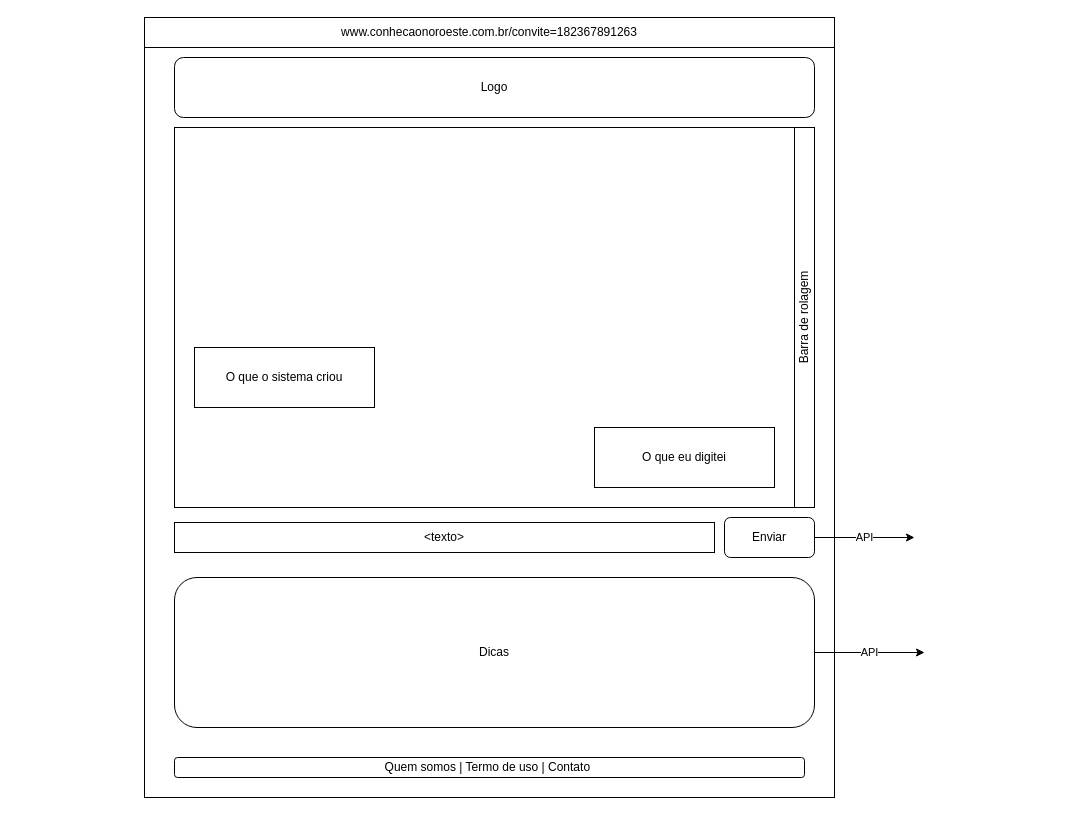
Above: page "Chat - Look&Feel" (8 of 11) of doc/MER.drawio in leucir/iara-web (draw.io), before the change. Source tidied: cells renumbered, new cells numbered last; positions are measured from the earlier drawing's top-left corner, leaving out a move shared by most shapes. Both pictures are drawn from the tidied source at 100%, with x=0, y=0 at pixel (144, 17).
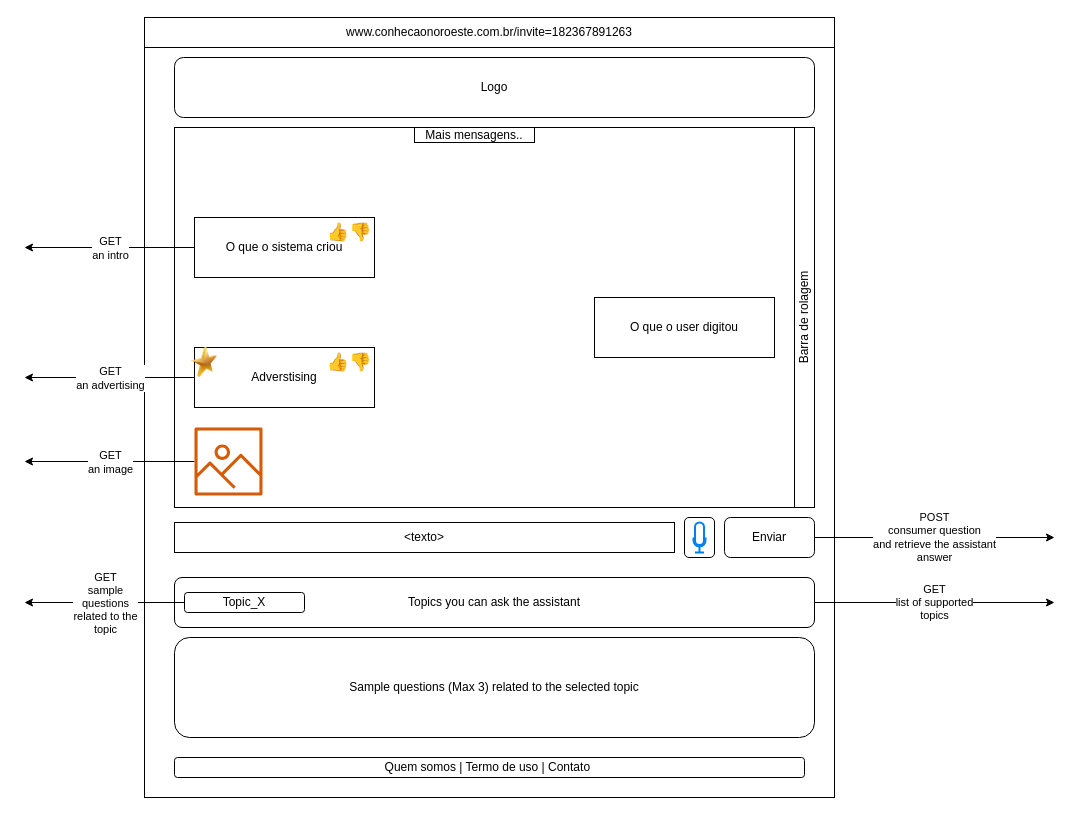
The same diagram, later.

The change refers to these unchanged cells:
```xml
<mxCell id="6" value="Enviar" style="rounded=1;whiteSpace=wrap;html=1;" parent="1" vertex="1">
  <mxGeometry x="580" y="500" width="90" height="40" as="geometry" />
</mxCell>
```

What changed in the source:
```diff
@@
-    <mxCell id="3" value="www.conhecaonoroeste.com.br/convite=182367891263" style="rounded=0;whiteSpace=wrap;html=1;" parent="1" vertex="1">
+    <mxCell id="3" value="www.conhecaonoroeste.com.br/invite=182367891263" style="rounded=0;whiteSpace=wrap;html=1;" parent="1" vertex="1">
       <mxGeometry width="690" height="30" as="geometry" />
     </mxCell>
@@
-    <mxCell id="5" value="API" style="edgeStyle=orthogonalEdgeStyle;rounded=0;jettySize=auto;html=1;" parent="1" edge="1" source="6">
+    <mxCell id="5" value="POST&lt;br&gt;consumer question&lt;br&gt;and retrieve the assistant&lt;br&gt;answer" style="edgeStyle=orthogonalEdgeStyle;rounded=0;jettySize=auto;html=1;" parent="1" edge="1" source="6">
       <mxGeometry relative="1" as="geometry">
-        <mxPoint x="770" y="520" as="targetPoint" />
+        <mxPoint x="910" y="520" as="targetPoint" />
+        <Array as="points">
+          <mxPoint x="800" y="520" />
+          <mxPoint x="800" y="520" />
+        </Array>
       </mxGeometry>
     </mxCell>
@@
     <mxCell id="7" value="&amp;lt;texto&amp;gt;" style="rounded=0;whiteSpace=wrap;html=1;" parent="1" vertex="1">
-      <mxGeometry x="30" y="505" width="540" height="30" as="geometry" />
+      <mxGeometry x="30" y="505" width="500" height="30" as="geometry" />
     </mxCell>
-    <mxCell id="8" value="O que eu digitei" style="rounded=0;whiteSpace=wrap;html=1;" parent="1" vertex="1">
-      <mxGeometry x="450" y="410" width="180" height="60" as="geometry" />
+    <mxCell id="8" value="O que o user digitou" style="rounded=0;whiteSpace=wrap;html=1;" parent="1" vertex="1">
+      <mxGeometry x="450" y="280" width="180" height="60" as="geometry" />
     </mxCell>
+    <mxCell id="15" value="GET&lt;br&gt;an intro" style="edgeStyle=orthogonalEdgeStyle;rounded=0;jettySize=auto;html=1;" parent="1" edge="1" source="9">
+      <mxGeometry relative="1" as="geometry">
+        <mxPoint x="-120" y="230" as="targetPoint" />
+      </mxGeometry>
+    </mxCell>
     <mxCell id="9" value="O que o sistema criou" style="rounded=0;whiteSpace=wrap;html=1;" parent="1" vertex="1">
-      <mxGeometry x="50" y="330" width="180" height="60" as="geometry" />
+      <mxGeometry x="50" y="200" width="180" height="60" as="geometry" />
     </mxCell>
@@
-    <mxCell id="12" value="API" style="edgeStyle=orthogonalEdgeStyle;rounded=0;jettySize=auto;html=1;" parent="1" edge="1" source="13">
+    <mxCell id="12" value="GET&lt;br&gt;list of supported&lt;br&gt;topics" style="edgeStyle=orthogonalEdgeStyle;rounded=0;jettySize=auto;html=1;" parent="1" edge="1" source="13">
       <mxGeometry relative="1" as="geometry">
-        <mxPoint x="780" y="635" as="targetPoint" />
+        <mxPoint x="910" y="585" as="targetPoint" />
       </mxGeometry>
     </mxCell>
-    <mxCell id="13" value="Dicas" style="rounded=1;whiteSpace=wrap;html=1;" parent="1" vertex="1">
-      <mxGeometry x="30" y="560" width="640" height="150" as="geometry" />
+    <mxCell id="13" value="Topics you can ask the assistant" style="rounded=1;whiteSpace=wrap;html=1;" parent="1" vertex="1">
+      <mxGeometry x="30" y="560" width="640" height="50" as="geometry" />
     </mxCell>
@@
+    <mxCell id="16" value="GET&lt;br&gt;an advertising" style="edgeStyle=orthogonalEdgeStyle;rounded=0;jettySize=auto;html=1;" parent="1" edge="1" source="17">
+      <mxGeometry relative="1" as="geometry">
+        <mxPoint x="-120" y="360" as="targetPoint" />
+      </mxGeometry>
+    </mxCell>
+    <mxCell id="17" value="Adverstising" style="rounded=0;whiteSpace=wrap;html=1;" parent="1" vertex="1">
+      <mxGeometry x="50" y="330" width="180" height="60" as="geometry" />
+    </mxCell>
+    <mxCell id="18" style="image;html=1;image=img/lib/clip_art/general/Star_128x128.png;" parent="1" vertex="1">
+      <mxGeometry x="40" y="330" width="40" height="30" as="geometry" />
+    </mxCell>
+    <mxCell id="19" value="&lt;font style=&quot;font-size: 18px;&quot;&gt;👍👎&lt;/font&gt;" style="text;html=1;strokeColor=none;fillColor=none;align=center;verticalAlign=middle;whiteSpace=wrap;rounded=0;" parent="1" vertex="1">
+      <mxGeometry x="180" y="200" width="50" height="30" as="geometry" />
+    </mxCell>
+    <mxCell id="20" value="&lt;font style=&quot;font-size: 18px;&quot;&gt;👍👎&lt;/font&gt;" style="text;html=1;strokeColor=none;fillColor=none;align=center;verticalAlign=middle;whiteSpace=wrap;rounded=0;" parent="1" vertex="1">
+      <mxGeometry x="180" y="330" width="50" height="30" as="geometry" />
+    </mxCell>
+    <mxCell id="21" value="GET&lt;br&gt;sample&lt;br&gt;questions&lt;br&gt;related to the&lt;br&gt;topic" style="edgeStyle=orthogonalEdgeStyle;rounded=0;jettySize=auto;html=1;" parent="1" edge="1" source="22">
+      <mxGeometry relative="1" as="geometry">
+        <mxPoint x="-120" y="585" as="targetPoint" />
+      </mxGeometry>
+    </mxCell>
+    <mxCell id="22" value="Topic_X" style="rounded=1;whiteSpace=wrap;html=1;" parent="1" vertex="1">
+      <mxGeometry x="40" y="575" width="120" height="20" as="geometry" />
+    </mxCell>
+    <mxCell id="23" value="Sample questions (Max 3) related to the selected topic" style="rounded=1;whiteSpace=wrap;html=1;" parent="1" vertex="1">
+      <mxGeometry x="30" y="620" width="640" height="100" as="geometry" />
+    </mxCell>
+    <mxCell id="24" value="GET&lt;br&gt;an image" style="edgeStyle=orthogonalEdgeStyle;rounded=0;jettySize=auto;html=1;" parent="1" edge="1" source="25">
+      <mxGeometry relative="1" as="geometry">
+        <mxPoint x="-120" y="444" as="targetPoint" />
+      </mxGeometry>
+    </mxCell>
+    <mxCell id="25" style="sketch=0;outlineConnect=0;fontColor=#232F3E;gradientColor=none;fillColor=#D45B07;strokeColor=none;dashed=0;verticalLabelPosition=bottom;verticalAlign=top;align=center;html=1;fontSize=12;fontStyle=0;shape=mxgraph.aws4.container_registry_image;" parent="1" vertex="1">
+      <mxGeometry x="50" y="410" width="68" height="68" as="geometry" />
+    </mxCell>
+    <mxCell id="26" style="rounded=1;whiteSpace=wrap;html=1;" parent="1" vertex="1">
+      <mxGeometry x="540" y="500" width="30" height="40" as="geometry" />
+    </mxCell>
+    <mxCell id="27" style="html=1;verticalLabelPosition=bottom;align=center;labelBackgroundColor=#ffffff;verticalAlign=top;strokeWidth=2;strokeColor=#0080F0;shadow=0;dashed=0;shape=mxgraph.ios7.icons.microphone;" parent="1" vertex="1">
+      <mxGeometry x="549" y="505" width="12" height="30" as="geometry" />
+    </mxCell>
+    <mxCell id="28" value="Mais mensagens.." style="rounded=0;whiteSpace=wrap;html=1;" parent="1" vertex="1">
+      <mxGeometry x="270" y="110" width="120" height="15" as="geometry" />
+    </mxCell>
```
